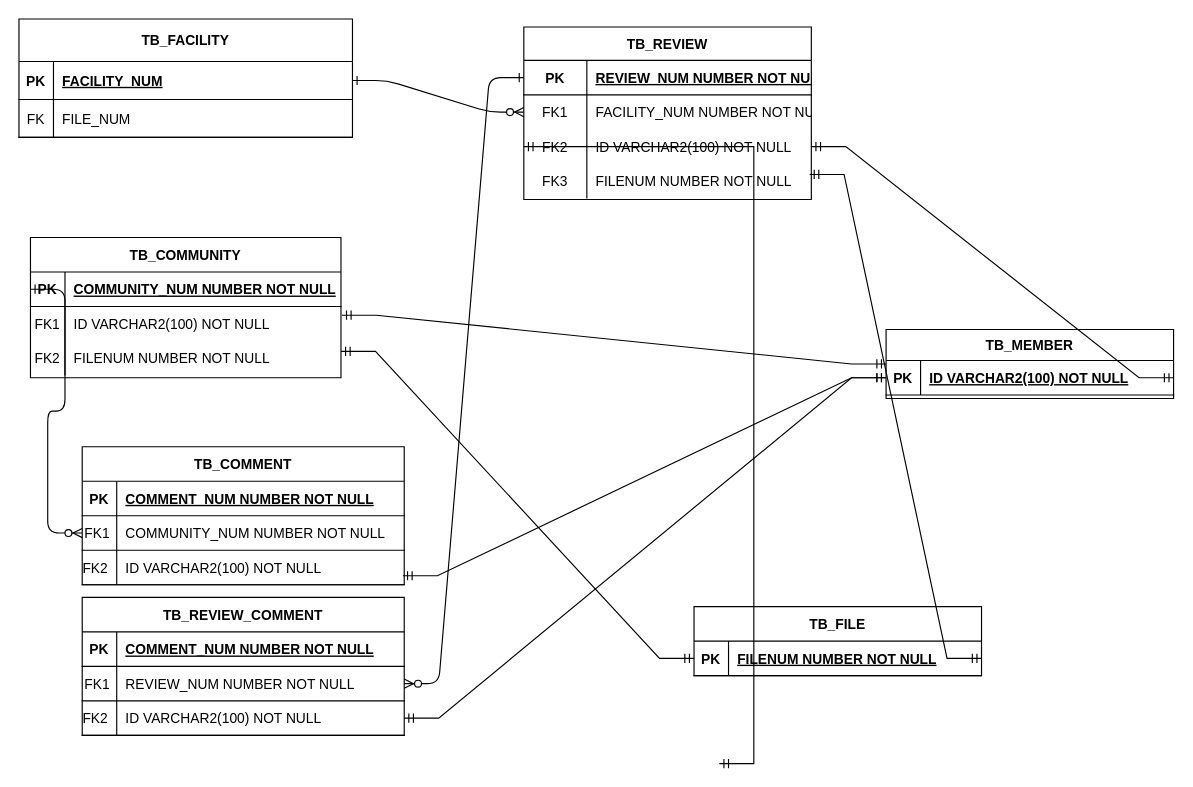
Above: document/제목 없는 다이어그램.drawio in rimgosu/ProjectStudy (draw.io), before the change. Source tidied: cells renumbered, new cells numbered last; positions are measured from the earlier drawing's top-left corner, leaving out a move shared by most shapes. Both pictures are drawn from the tidied source at 115%, with x=0, y=0 at pixel (18, 18).
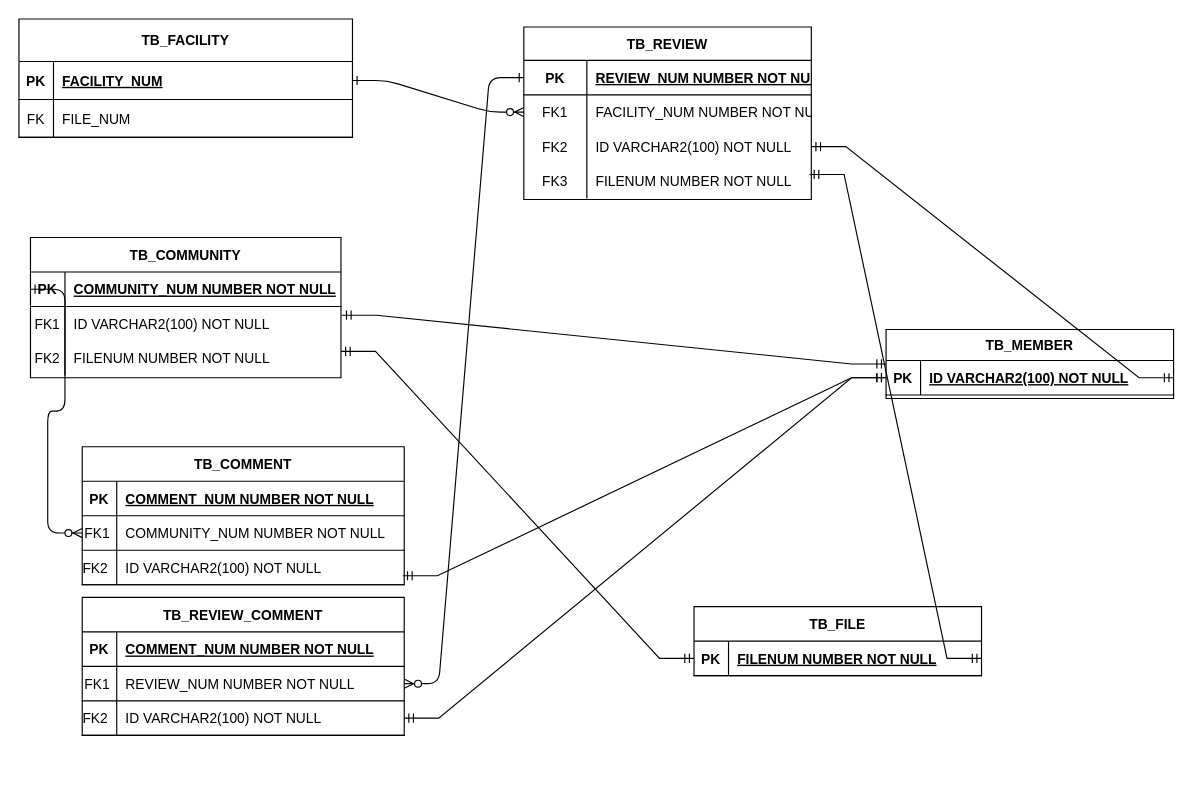
The same diagram, later.

Commit message:
제목 없는 다이어그램.drawio 업데이트

Unchanged cells that the change refers to:
```xml
<mxCell id="10" style="shape=partialRectangle;fillColor=none;points=[[0,0.5],[1,0.5]];portConstraint=eastwest;top=0;left=0;right=0;bottom=0;" parent="3" vertex="1">
  <mxGeometry y="89" width="250" height="30" as="geometry" />
</mxCell>
```

Diff of the diagram source:
```diff
@@
-    <mxCell id="69" style="edgeStyle=entityRelationEdgeStyle;fontSize=12;html=1;endArrow=ERmandOne;startArrow=ERmandOne;rounded=0;exitX=0;exitY=0.5;exitDx=0;exitDy=0;entryX=0;entryY=0.5;entryDx=0;entryDy=0;" parent="1" edge="1" target="10">
-      <mxGeometry relative="1" as="geometry">
-        <mxPoint x="609" y="647.5" as="sourcePoint" />
-        <Array as="points">
-          <mxPoint x="482" y="331.5" />
-          <mxPoint x="1008" y="217.5" />
-        </Array>
-      </mxGeometry>
-    </mxCell>
```
